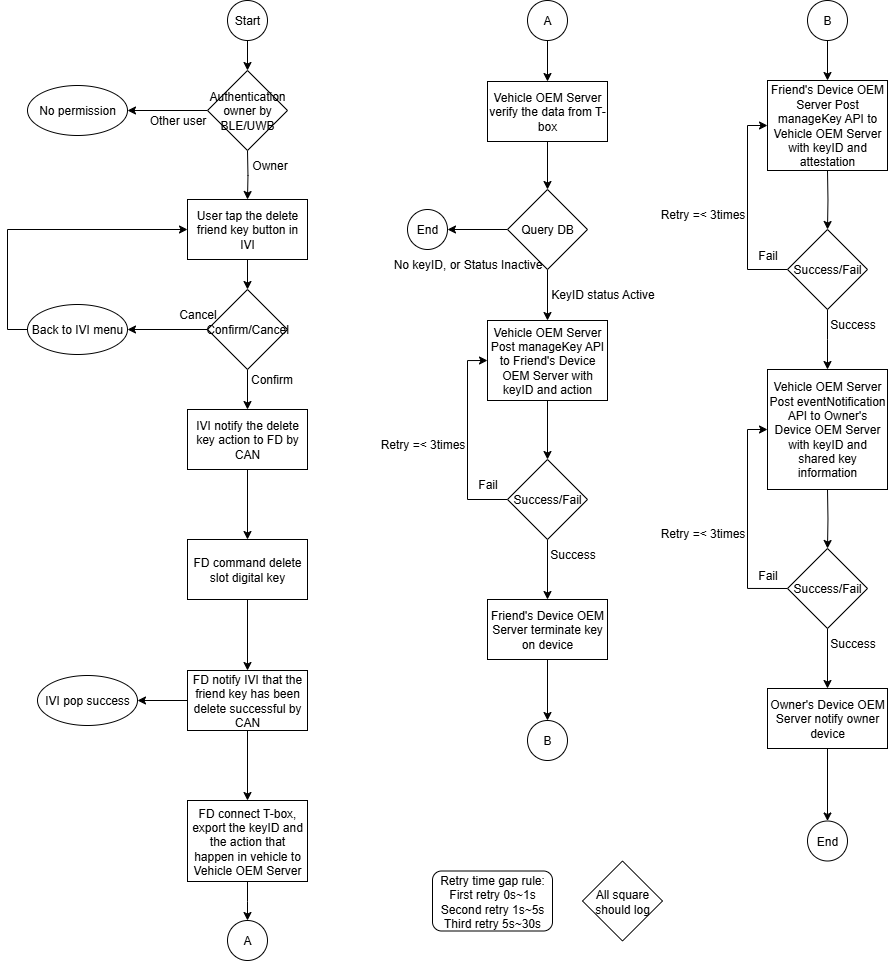
Above: REV_100_Friend key termination in vehicle.drawio.png in LaurenHsu31/DKC (draw.io), before the change. Source tidied: cells renumbered, new cells last; positions are measured from the earlier drawing's top-left corner, leaving out a move shared by most shapes.
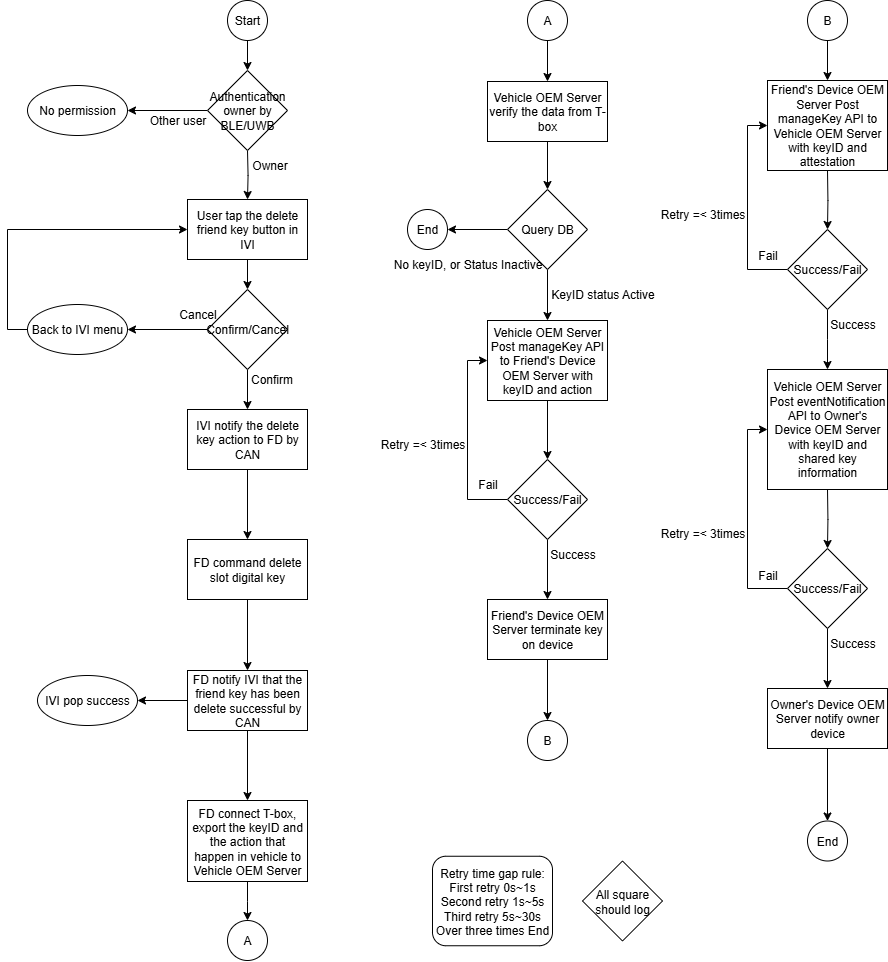
After the commit.

The edit, as a diff of the source:
```diff
@@ -141,8 +141,8 @@
     <mxCell id="46" value="Fail" style="text;html=1;align=center;verticalAlign=middle;strokeColor=none;fillColor=none;" parent="1" vertex="1">
       <mxGeometry x="440" y="469" width="40" height="30" as="geometry" />
     </mxCell>
-    <mxCell id="47" value="Retry time gap rule:&lt;div&gt;First retry 0s~1s&lt;/div&gt;&lt;div&gt;Second retry 1s~5s&lt;/div&gt;&lt;div&gt;Third retry 5s~30s&lt;/div&gt;" style="rounded=1;whiteSpace=wrap;html=1;" parent="1" vertex="1">
-      <mxGeometry x="405" y="870.5" width="120" height="60" as="geometry" />
+    <mxCell id="47" value="Retry time gap rule:&lt;div&gt;First retry 0s~1s&lt;/div&gt;&lt;div&gt;Second retry 1s~5s&lt;/div&gt;&lt;div&gt;Third retry 5s~30s&lt;/div&gt;&lt;div&gt;Over three times End&lt;/div&gt;" style="rounded=1;whiteSpace=wrap;html=1;" parent="1" vertex="1">
+      <mxGeometry x="405" y="855.8" width="120" height="89.5" as="geometry" />
     </mxCell>
     <mxCell id="48" value="All square should log" style="rhombus;whiteSpace=wrap;html=1;" parent="1" vertex="1">
       <mxGeometry x="555" y="860.5" width="80" height="80" as="geometry" />
```
